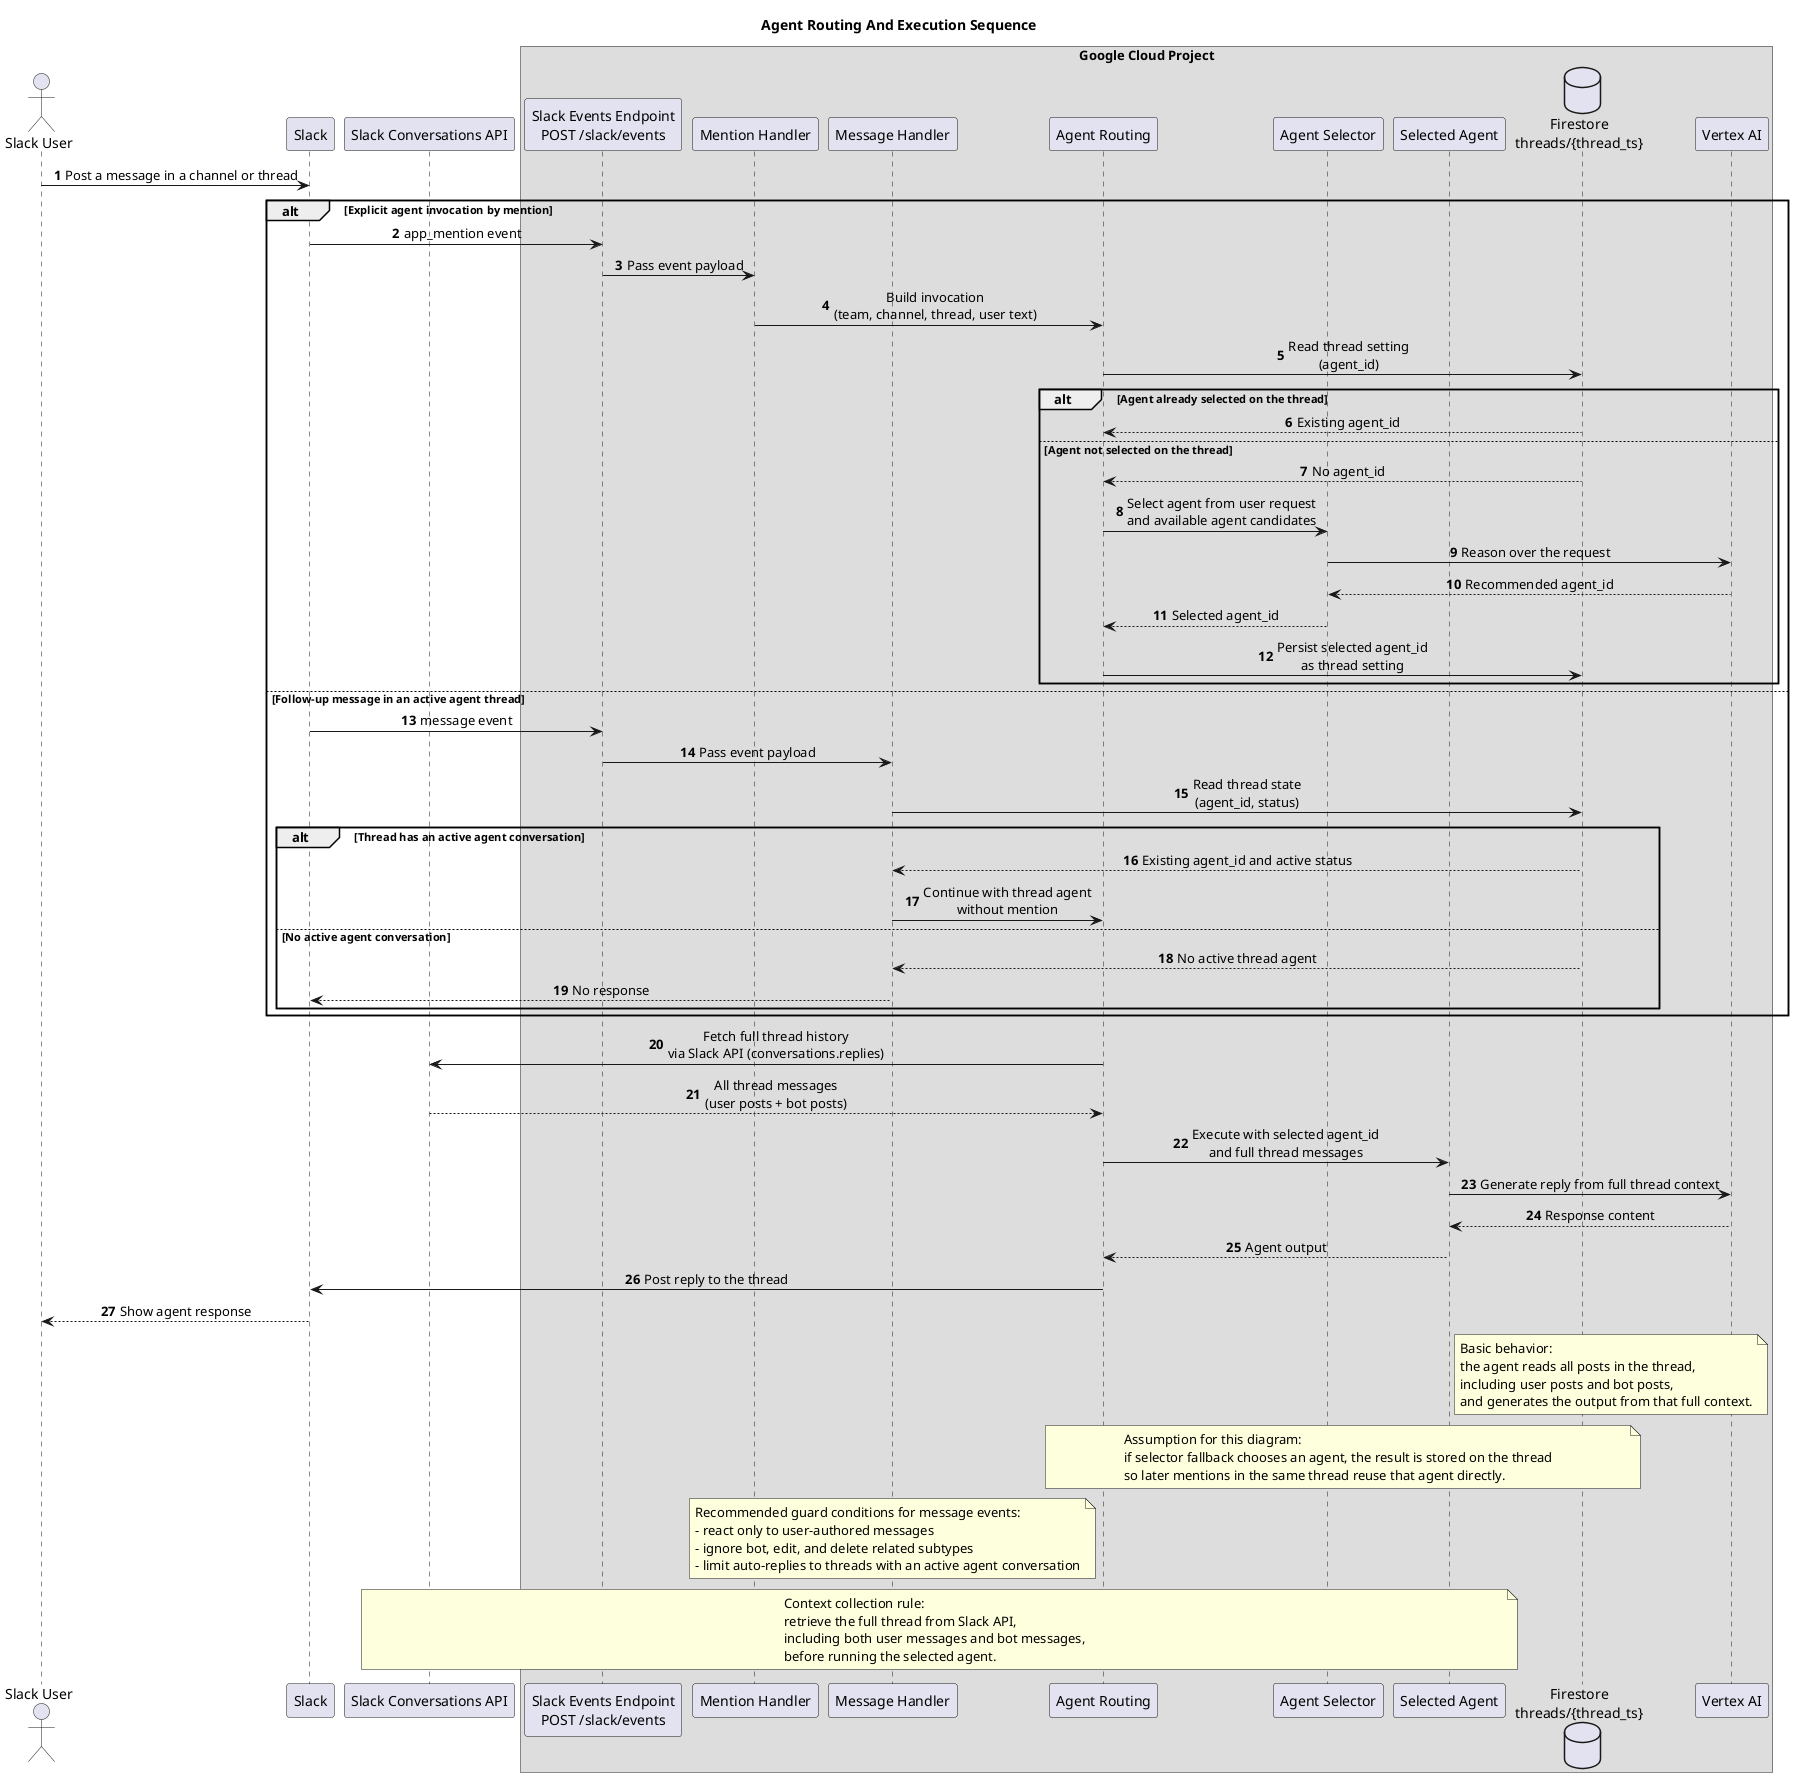
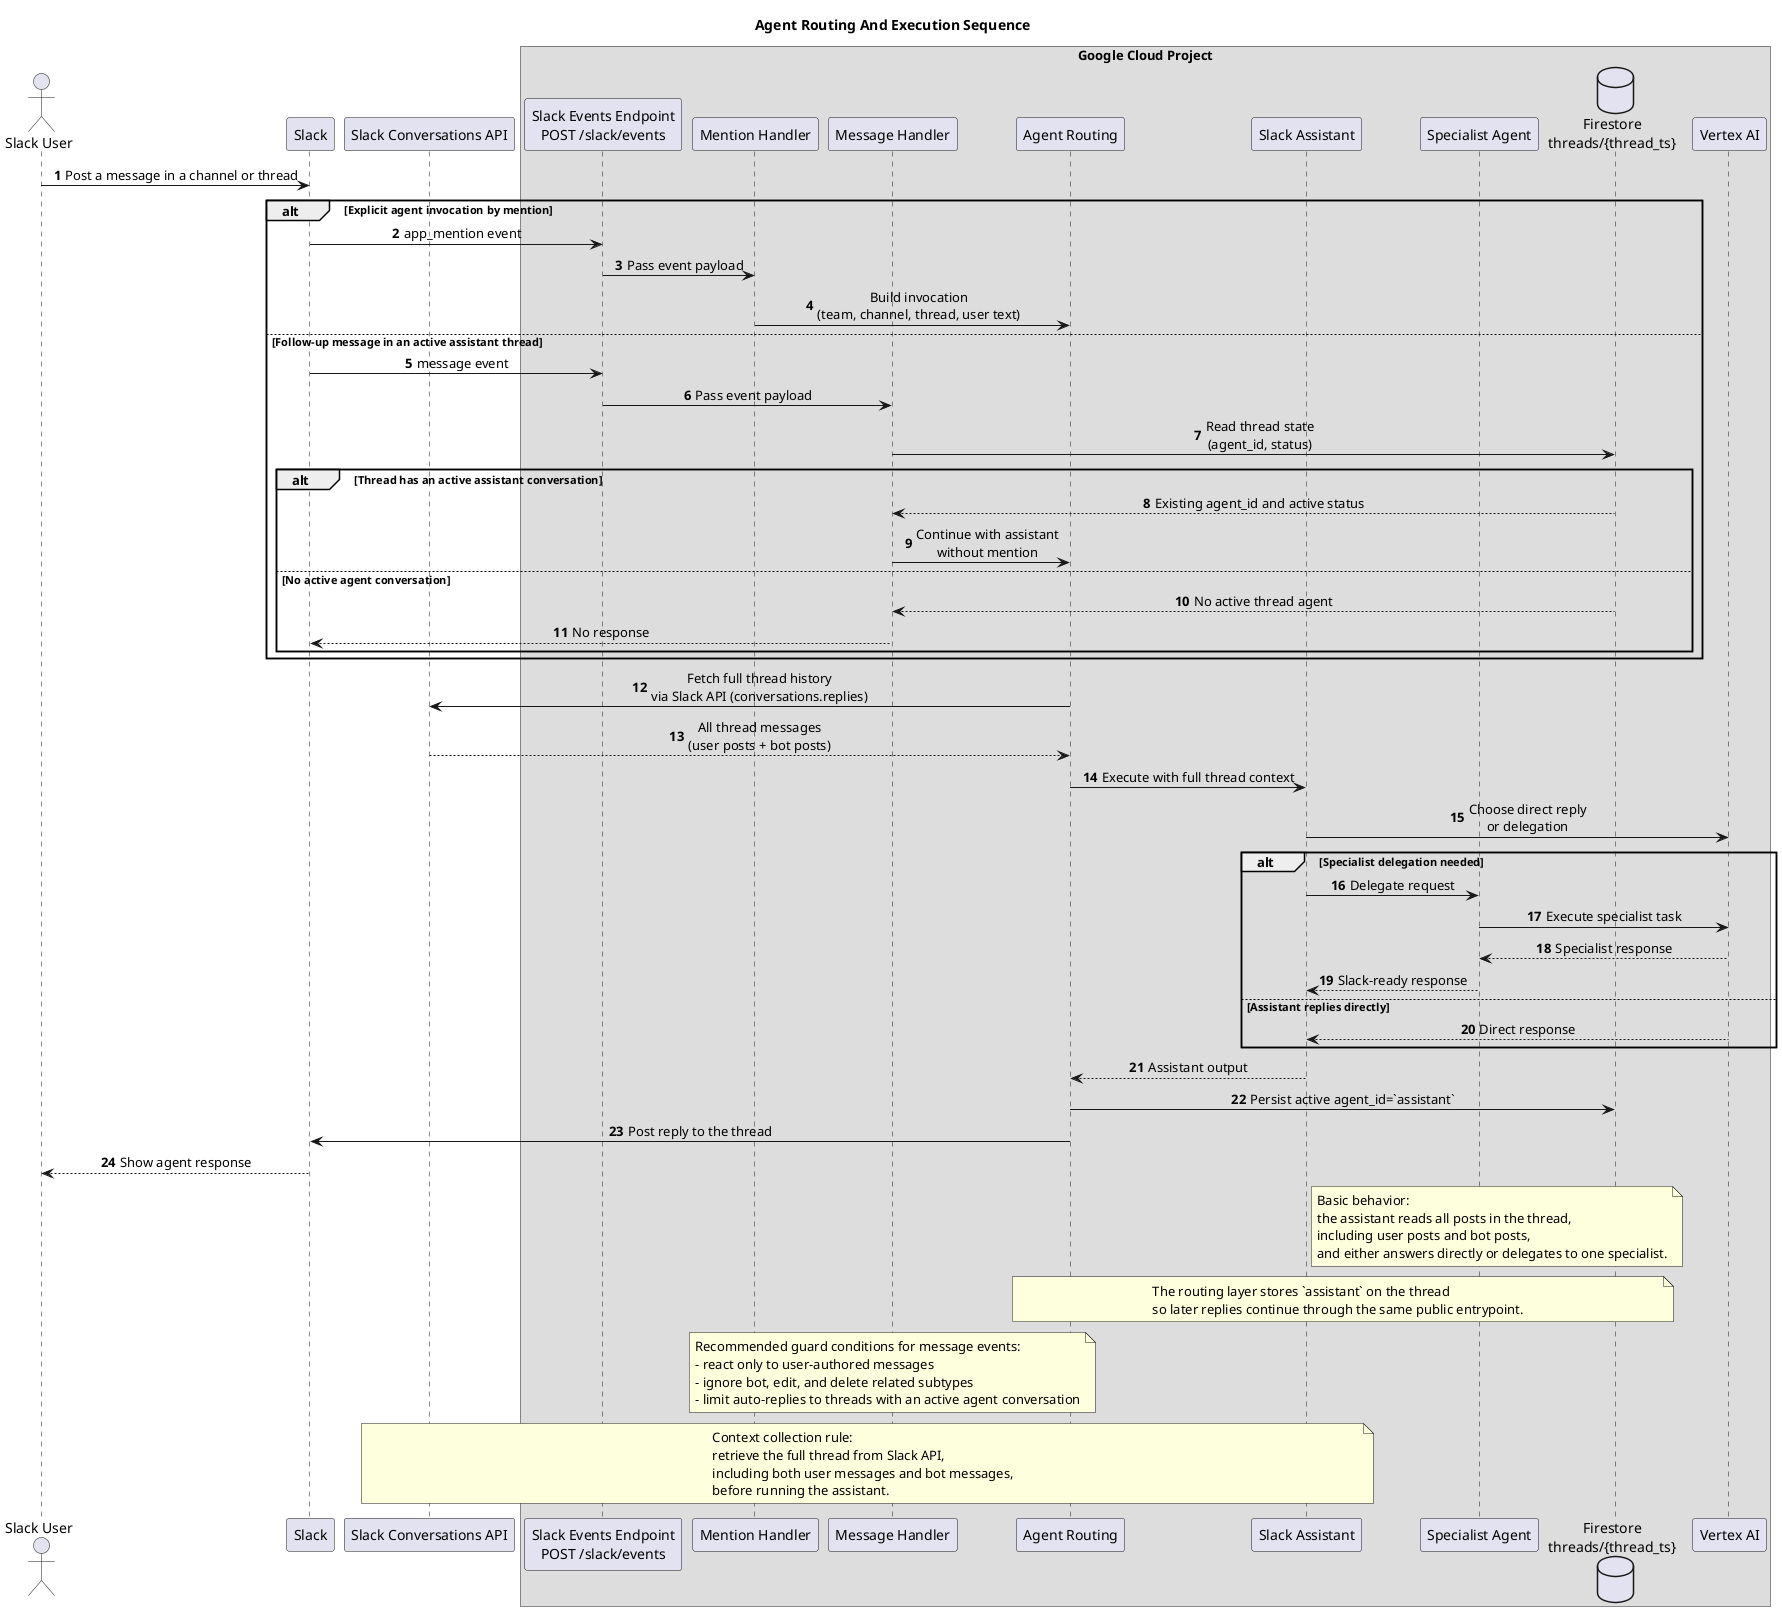
@startuml agent-routing
title Agent Routing And Execution Sequence

autonumber
skinparam shadowing false
skinparam defaultFontName Monospace
skinparam sequenceMessageAlign center
skinparam responseMessageBelowArrow true

actor "Slack User" as slack_user
participant "Slack" as slack
participant "Slack Conversations API" as slack_api

box "Google Cloud Project"
  participant "Slack Events Endpoint\nPOST /slack/events" as slack_events_endpoint
  participant "Mention Handler" as mention_handler
  participant "Message Handler" as message_handler
  participant "Agent Routing" as agent_routing
-   participant "Agent Selector" as agent_selector
-   participant "Selected Agent" as selected_agent
+   participant "Slack Assistant" as slack_assistant
+   participant "Specialist Agent" as specialist_agent
  database "Firestore\nthreads/{thread_ts}" as fs_threads
  participant "Vertex AI" as vertex_ai
end box

slack_user -> slack : Post a message in a channel or thread
alt Explicit agent invocation by mention
  slack -> slack_events_endpoint : app_mention event
  slack_events_endpoint -> mention_handler : Pass event payload
  mention_handler -> agent_routing : Build invocation\n(team, channel, thread, user text)
-   agent_routing -> fs_threads : Read thread setting\n(agent_id)
-   alt Agent already selected on the thread
-     fs_threads --> agent_routing : Existing agent_id
-   else Agent not selected on the thread
-     fs_threads --> agent_routing : No agent_id
-     agent_routing -> agent_selector : Select agent from user request\nand available agent candidates
-     agent_selector -> vertex_ai : Reason over the request
-     vertex_ai --> agent_selector : Recommended agent_id
-     agent_selector --> agent_routing : Selected agent_id
-     agent_routing -> fs_threads : Persist selected agent_id\nas thread setting
-   end
- else Follow-up message in an active agent thread
+ else Follow-up message in an active assistant thread
  slack -> slack_events_endpoint : message event
  slack_events_endpoint -> message_handler : Pass event payload
  message_handler -> fs_threads : Read thread state\n(agent_id, status)
-   alt Thread has an active agent conversation
+   alt Thread has an active assistant conversation
    fs_threads --> message_handler : Existing agent_id and active status
-     message_handler -> agent_routing : Continue with thread agent\nwithout mention
+     message_handler -> agent_routing : Continue with assistant\nwithout mention
  else No active agent conversation
    fs_threads --> message_handler : No active thread agent
    message_handler --> slack : No response
  end
end

agent_routing -> slack_api : Fetch full thread history\nvia Slack API (conversations.replies)
slack_api --> agent_routing : All thread messages\n(user posts + bot posts)
- agent_routing -> selected_agent : Execute with selected agent_id\nand full thread messages
- selected_agent -> vertex_ai : Generate reply from full thread context
- vertex_ai --> selected_agent : Response content
- selected_agent --> agent_routing : Agent output
+ agent_routing -> slack_assistant : Execute with full thread context
+ slack_assistant -> vertex_ai : Choose direct reply\nor delegation
+ alt Specialist delegation needed
+   slack_assistant -> specialist_agent : Delegate request
+   specialist_agent -> vertex_ai : Execute specialist task
+   vertex_ai --> specialist_agent : Specialist response
+   specialist_agent --> slack_assistant : Slack-ready response
+ else Assistant replies directly
+   vertex_ai --> slack_assistant : Direct response
+ end
+ slack_assistant --> agent_routing : Assistant output
+ agent_routing -> fs_threads : Persist active agent_id=`assistant`
agent_routing -> slack : Post reply to the thread
slack --> slack_user : Show agent response

- note right of selected_agent
+ note right of slack_assistant
Basic behavior:
- the agent reads all posts in the thread,
+ the assistant reads all posts in the thread,
including user posts and bot posts,
- and generates the output from that full context.
+ and either answers directly or delegates to one specialist.
end note

note over agent_routing, fs_threads
- Assumption for this diagram:
- if selector fallback chooses an agent, the result is stored on the thread
- so later mentions in the same thread reuse that agent directly.
+ The routing layer stores `assistant` on the thread
+ so later replies continue through the same public entrypoint.
end note

note over message_handler
Recommended guard conditions for message events:
- react only to user-authored messages
- ignore bot, edit, and delete related subtypes
- limit auto-replies to threads with an active agent conversation
end note

- note over slack_api, selected_agent
+ note over slack_api, slack_assistant
Context collection rule:
retrieve the full thread from Slack API,
including both user messages and bot messages,
- before running the selected agent.
+ before running the assistant.
end note

@enduml
